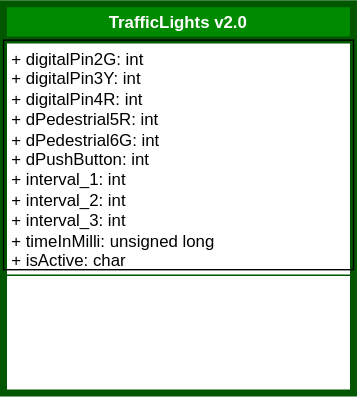
The draw.io diagram diagrams/ClassDiagram.drawio.svg in SamRB-dev/Traffic_Light_System, before a commit. Source tidied: cells renumbered, new cells last; positions are measured from the earlier drawing's top-left corner, leaving out a move shared by most shapes.
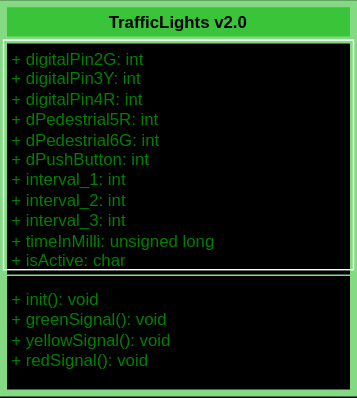
After the commit.

Change to the diagram source:
```diff
@@ -5,13 +5,13 @@
     <mxCell id="2" value="&lt;div&gt;TrafficLights v2.0&lt;/div&gt;" style="swimlane;fontStyle=1;align=center;verticalAlign=top;horizontal=1;startSize=26;whiteSpace=wrap;html=1;rounded=0;glass=0;strokeColor=#005700;strokeWidth=5;spacingLeft=4;spacingRight=4;fontFamily=Helvetica;fontSize=12;labelBackgroundColor=none;fillColor=#008a00;fontColor=#ffffff;" parent="1" vertex="1">
       <mxGeometry width="250" height="278" as="geometry" />
     </mxCell>
-    <mxCell id="3" value="&lt;div&gt;+ digitalPin2G: int&lt;/div&gt;&lt;div&gt;+ digitalPin3Y: int&lt;/div&gt;&lt;div&gt;+ digitalPin4R: int&lt;/div&gt;&lt;div&gt;+ dPedestrial5R: int&lt;/div&gt;&lt;div&gt;+ dPedestrial6G: int&lt;/div&gt;&lt;div&gt;+ dPushButton: int&lt;br&gt;&lt;/div&gt;&lt;div&gt;+ interval_1: int&lt;/div&gt;&lt;div&gt;+ interval_2: int&lt;/div&gt;&lt;div&gt;+ interval_3: int&lt;br&gt;&lt;/div&gt;&lt;div&gt;+ timeInMilli: unsigned long&lt;/div&gt;&lt;div&gt;+ isActive: char&lt;br&gt;&lt;/div&gt;&lt;div&gt;&lt;br&gt;&lt;br&gt;&lt;/div&gt;" style="text;strokeColor=default;fillColor=none;align=left;verticalAlign=top;spacingLeft=4;spacingRight=4;overflow=hidden;whiteSpace=wrap;html=1;fontFamily=Helvetica;fontSize=12;fontColor=default;labelBackgroundColor=none;" parent="2" vertex="1">
+    <mxCell id="3" value="&lt;div&gt;&lt;font style=&quot;--darkreader-inline-color: #35ea71;&quot; color=&quot;#20e863&quot;&gt;+ digitalPin2G: int&lt;/font&gt;&lt;/div&gt;&lt;div&gt;&lt;font style=&quot;--darkreader-inline-color: #35ea71;&quot; color=&quot;#20e863&quot;&gt;+ digitalPin3Y: int&lt;/font&gt;&lt;/div&gt;&lt;div&gt;&lt;font style=&quot;--darkreader-inline-color: #35ea71;&quot; color=&quot;#20e863&quot;&gt;+ digitalPin4R: int&lt;/font&gt;&lt;/div&gt;&lt;div&gt;&lt;font style=&quot;--darkreader-inline-color: #35ea71;&quot; color=&quot;#20e863&quot;&gt;+ dPedestrial5R: int&lt;/font&gt;&lt;/div&gt;&lt;div&gt;&lt;font style=&quot;--darkreader-inline-color: #35ea71;&quot; color=&quot;#20e863&quot;&gt;+ dPedestrial6G: int&lt;/font&gt;&lt;/div&gt;&lt;div&gt;&lt;font style=&quot;--darkreader-inline-color: #35ea71;&quot; color=&quot;#20e863&quot;&gt;+ dPushButton: int&lt;br&gt;&lt;/font&gt;&lt;/div&gt;&lt;div&gt;&lt;font style=&quot;--darkreader-inline-color: #35ea71;&quot; color=&quot;#20e863&quot;&gt;+ interval_1: int&lt;/font&gt;&lt;/div&gt;&lt;div&gt;&lt;font style=&quot;--darkreader-inline-color: #35ea71;&quot; color=&quot;#20e863&quot;&gt;+ interval_2: int&lt;/font&gt;&lt;/div&gt;&lt;div&gt;&lt;font style=&quot;--darkreader-inline-color: #35ea71;&quot; color=&quot;#20e863&quot;&gt;+ interval_3: int&lt;br&gt;&lt;/font&gt;&lt;/div&gt;&lt;div&gt;&lt;font style=&quot;--darkreader-inline-color: #35ea71;&quot; color=&quot;#20e863&quot;&gt;+ timeInMilli: unsigned long&lt;/font&gt;&lt;/div&gt;&lt;div&gt;&lt;font style=&quot;--darkreader-inline-color: #35ea71;&quot; color=&quot;#20e863&quot;&gt;+ isActive: char&lt;br&gt;&lt;/font&gt;&lt;/div&gt;&lt;div&gt;&lt;font style=&quot;--darkreader-inline-color: #35ea71;&quot; color=&quot;#20e863&quot;&gt;&lt;br&gt;&lt;br&gt;&lt;/font&gt;&lt;/div&gt;" style="text;strokeColor=default;fillColor=none;align=left;verticalAlign=top;spacingLeft=4;spacingRight=4;overflow=hidden;whiteSpace=wrap;html=1;fontFamily=Helvetica;fontSize=12;fontColor=default;labelBackgroundColor=none;" parent="2" vertex="1">
       <mxGeometry y="26" width="250" height="164" as="geometry" />
     </mxCell>
     <mxCell id="4" style="line;strokeWidth=1;fillColor=none;align=left;verticalAlign=middle;spacingTop=-1;spacingLeft=3;spacingRight=3;labelPosition=right;strokeColor=inherit;rounded=0;glass=0;fontFamily=Helvetica;fontSize=12;fontColor=default;labelBackgroundColor=default;" parent="2" vertex="1">
       <mxGeometry y="190" width="250" height="8" as="geometry" />
     </mxCell>
-    <mxCell id="5" value="&lt;div&gt;&lt;font color=&quot;#ffffff&quot; style=&quot;--darkreader-inline-color: #e8e6e3;&quot;&gt;+ init(): void&lt;/font&gt;&lt;/div&gt;&lt;div&gt;&lt;font color=&quot;#ffffff&quot; style=&quot;--darkreader-inline-color: #e8e6e3;&quot;&gt;+ greenSignal(): void&lt;/font&gt;&lt;/div&gt;&lt;div&gt;&lt;font color=&quot;#ffffff&quot; style=&quot;--darkreader-inline-color: #e8e6e3;&quot;&gt;+ yellowSignal(): void&lt;/font&gt;&lt;/div&gt;&lt;div&gt;&lt;font color=&quot;#ffffff&quot; style=&quot;--darkreader-inline-color: #e8e6e3;&quot;&gt;+ redSignal(): void&lt;br&gt;&lt;/font&gt;&lt;/div&gt;" style="text;strokeColor=none;fillColor=none;align=left;verticalAlign=top;spacingLeft=4;spacingRight=4;overflow=hidden;whiteSpace=wrap;html=1;fontFamily=Helvetica;fontSize=12;fontColor=default;labelBackgroundColor=none;" parent="2" vertex="1">
+    <mxCell id="5" value="&lt;div&gt;&lt;font color=&quot;#20e863&quot; style=&quot;--darkreader-inline-color: #35ea71;&quot;&gt;+ init(): void&lt;/font&gt;&lt;/div&gt;&lt;div&gt;&lt;font color=&quot;#20e863&quot; style=&quot;--darkreader-inline-color: #35ea71;&quot;&gt;+ greenSignal(): void&lt;/font&gt;&lt;/div&gt;&lt;div&gt;&lt;font color=&quot;#20e863&quot; style=&quot;--darkreader-inline-color: #35ea71;&quot;&gt;+ yellowSignal(): void&lt;/font&gt;&lt;/div&gt;&lt;div&gt;&lt;font color=&quot;#20e863&quot; style=&quot;--darkreader-inline-color: #35ea71;&quot;&gt;+ redSignal(): void&lt;br&gt;&lt;/font&gt;&lt;/div&gt;" style="text;strokeColor=none;fillColor=none;align=left;verticalAlign=top;spacingLeft=4;spacingRight=4;overflow=hidden;whiteSpace=wrap;html=1;fontFamily=Helvetica;fontSize=12;fontColor=default;labelBackgroundColor=none;" parent="2" vertex="1">
       <mxGeometry y="198" width="250" height="80" as="geometry" />
     </mxCell>
   </root>
```
